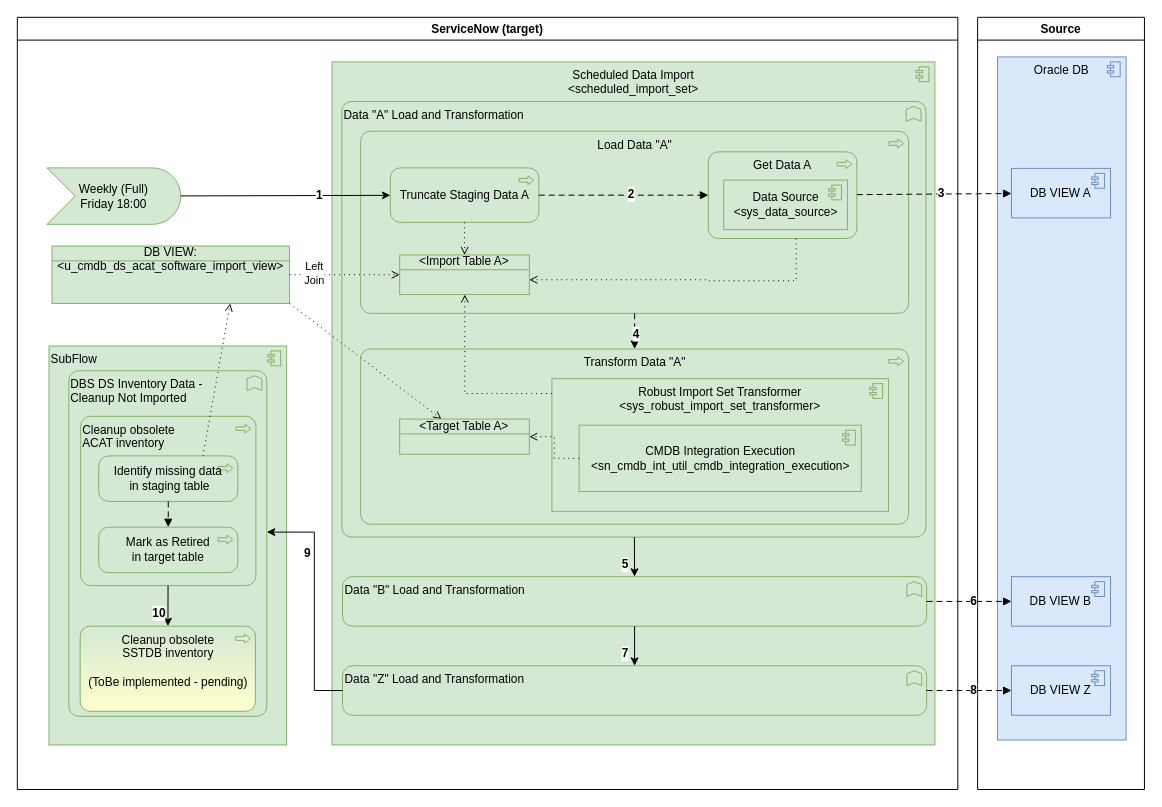
Above: page "Weekly" (1 of 8) of DBs.drawio in algimas/tmp (draw.io), before the change. Source tidied: cells renumbered, new cells numbered last; positions are measured from the earlier drawing's top-left corner, leaving out a move shared by most shapes. Both pictures are drawn from the tidied source at 99%, with x=0, y=0 at pixel (17, 17).
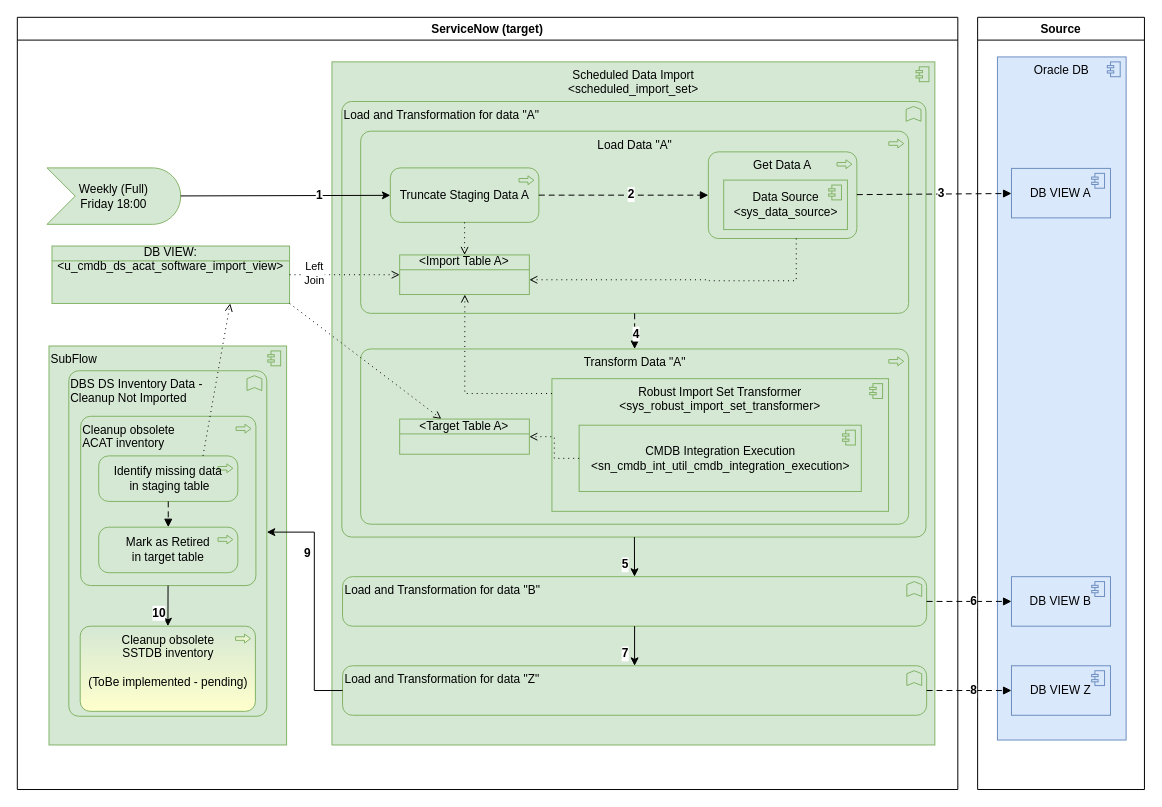
The same diagram, later.

Unchanged cells that the change refers to:
```xml
<mxCell id="2" value="ServiceNow (target)" style="swimlane;" parent="1" vertex="1">
  <mxGeometry width="950" height="780" as="geometry" />
</mxCell>
```

The edit, as a diff of the source:
```diff
@@
-    <mxCell id="4" value="&lt;span class=&quot;ph cmd&quot;&gt;&lt;span class=&quot;ph menucascade&quot;&gt;&lt;span class=&quot;ph uicontrol&quot;&gt;Data &quot;A&quot; Load and Transformation&lt;/span&gt;&lt;/span&gt;&lt;/span&gt;" style="html=1;outlineConnect=0;whiteSpace=wrap;fillColor=#d5e8d4;shape=mxgraph.archimate3.application;appType=func;archiType=rounded;strokeColor=#82b366;verticalAlign=top;align=left;" parent="2" vertex="1">
+    <mxCell id="4" value="Load and Transformation for data &quot;A&quot;" style="html=1;outlineConnect=0;whiteSpace=wrap;fillColor=#d5e8d4;shape=mxgraph.archimate3.application;appType=func;archiType=rounded;strokeColor=#82b366;verticalAlign=top;align=left;" parent="2" vertex="1">
       <mxGeometry x="327.8" y="85" width="590" height="440" as="geometry" />
     </mxCell>
@@
-    <mxCell id="23" value="&lt;span class=&quot;ph cmd&quot;&gt;&lt;span class=&quot;ph menucascade&quot;&gt;&lt;span class=&quot;ph uicontrol&quot;&gt;Data &quot;B&quot; Load and Transformation&lt;/span&gt;&lt;/span&gt;&lt;/span&gt;" style="html=1;outlineConnect=0;whiteSpace=wrap;fillColor=#d5e8d4;shape=mxgraph.archimate3.application;appType=func;archiType=rounded;strokeColor=#82b366;verticalAlign=top;align=left;" parent="2" vertex="1">
+    <mxCell id="23" value="Load and Transformation for data &quot;B&quot;" style="html=1;outlineConnect=0;whiteSpace=wrap;fillColor=#d5e8d4;shape=mxgraph.archimate3.application;appType=func;archiType=rounded;strokeColor=#82b366;verticalAlign=top;align=left;" parent="2" vertex="1">
       <mxGeometry x="328.5" y="565" width="590" height="50" as="geometry" />
     </mxCell>
@@
-    <mxCell id="49" value="&lt;span class=&quot;ph cmd&quot;&gt;&lt;span class=&quot;ph menucascade&quot;&gt;&lt;span class=&quot;ph uicontrol&quot;&gt;Data &quot;Z&quot; Load and Transformation&lt;/span&gt;&lt;/span&gt;&lt;/span&gt;" style="html=1;outlineConnect=0;whiteSpace=wrap;fillColor=#d5e8d4;shape=mxgraph.archimate3.application;appType=func;archiType=rounded;strokeColor=#82b366;verticalAlign=top;align=left;" parent="1" vertex="1">
+    <mxCell id="49" value="Load and Transformation for data &quot;Z&quot;" style="html=1;outlineConnect=0;whiteSpace=wrap;fillColor=#d5e8d4;shape=mxgraph.archimate3.application;appType=func;archiType=rounded;strokeColor=#82b366;verticalAlign=top;align=left;" parent="1" vertex="1">
       <mxGeometry x="328.5" y="655" width="590" height="50" as="geometry" />
     </mxCell>
```
